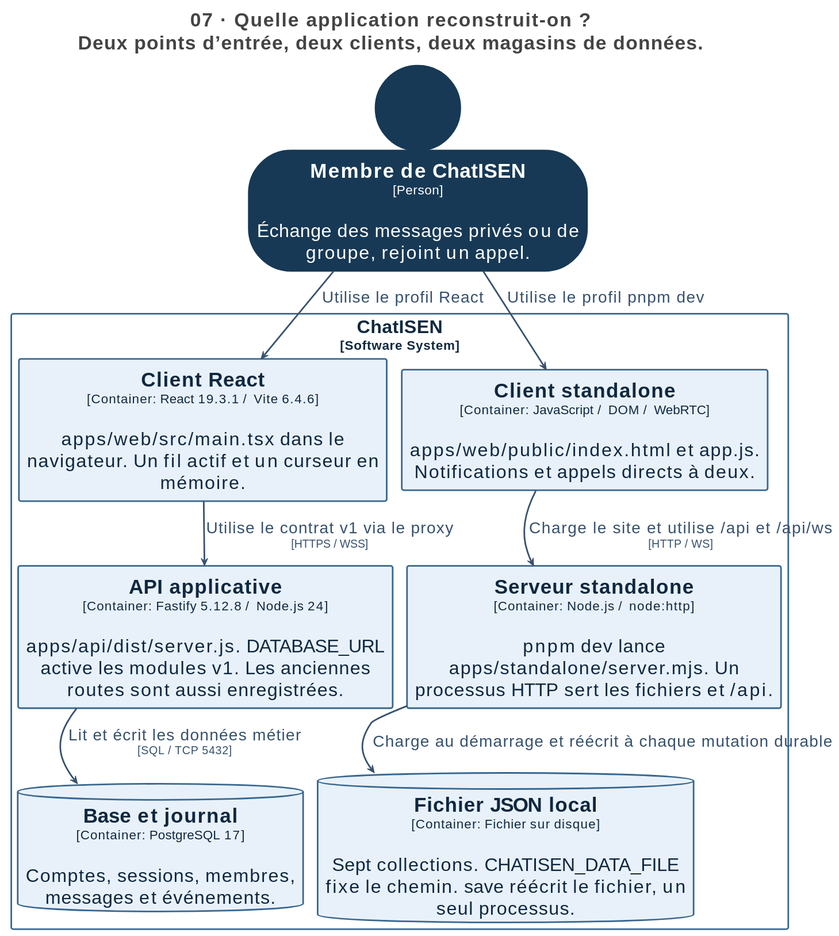
Above: docs/architecture/svg/07-profils.svg in Zayonx-0/ChatISEN (PlantUML), before the change.
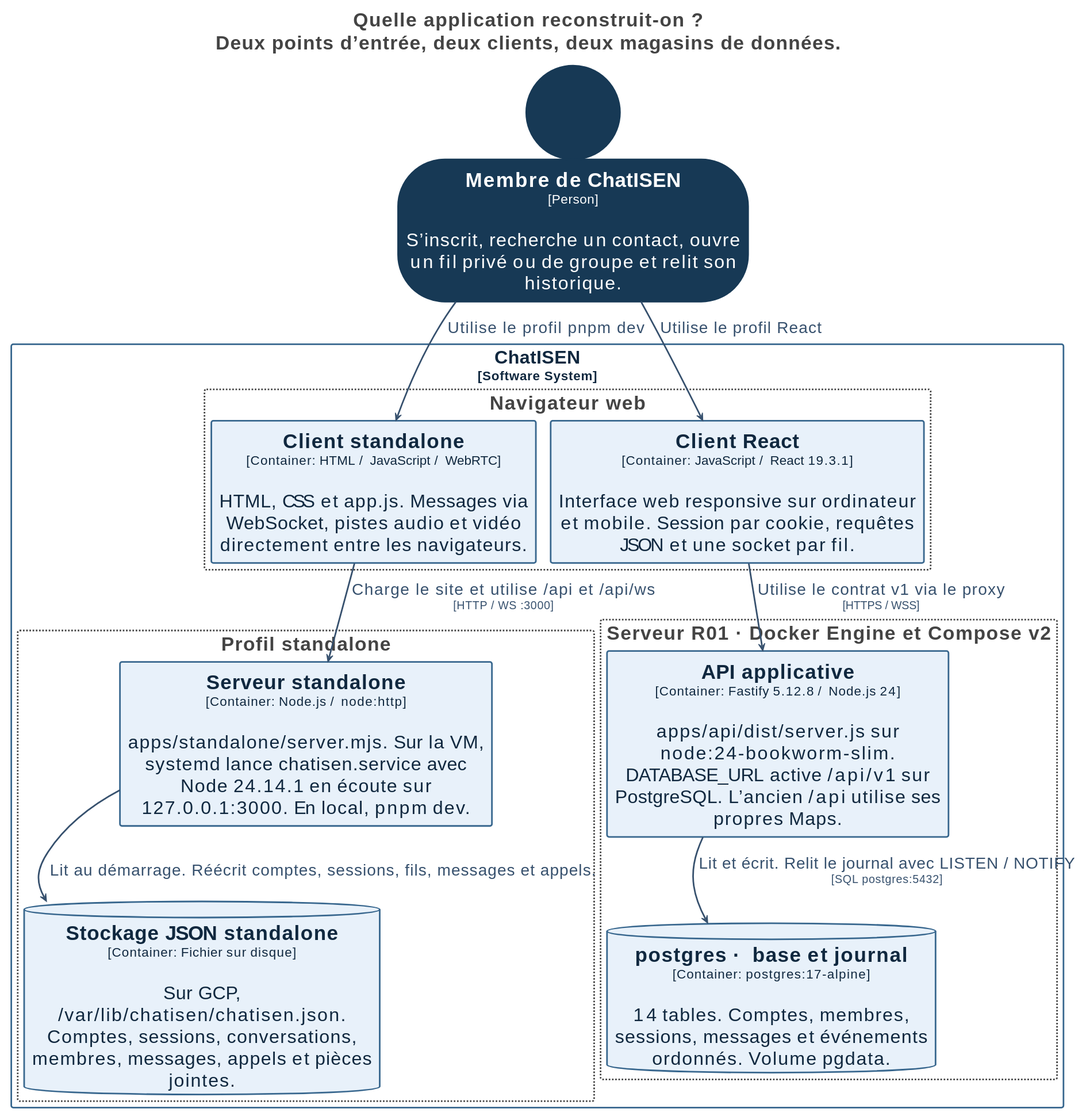
The same diagram one commit later.

What changed in the source:
```diff
@@ -1,7 +1,7 @@
 @startuml
 !pragma layout smetana
 skinparam backgroundColor white
-title <size:24>07 · Quelle application reconstruit-on ?</size>\n<size:24>Deux points d’entrée, deux clients, deux magasins de données.</size>
+title <size:24>Quelle application reconstruit-on ?</size>\n<size:24>Deux points d’entrée, deux clients, deux magasins de données.</size>
 
 set separator none
 top to bottom direction
@@ -69,23 +69,65 @@
     HorizontalAlignment: center;
     Shadowing: 0;
   }
+  // Navigateur web
+  .Group-TmF2aWdhdGV1ciB3ZWI= {
+    BackgroundColor: #ffffff;
+    LineColor: #444444;
+    LineStyle: 2-2;
+    LineThickness: 2;
+    FontColor: #444444;
+    FontSize: 24;
+    HorizontalAlignment: center;
+    Shadowing: 0;
+  }
+  // Profil standalone
+  .Group-UHJvZmlsIHN0YW5kYWxvbmU= {
+    BackgroundColor: #ffffff;
+    LineColor: #444444;
+    LineStyle: 2-2;
+    LineThickness: 2;
+    FontColor: #444444;
+    FontSize: 24;
+    HorizontalAlignment: center;
+    Shadowing: 0;
+  }
+  // Serveur R01 · Docker Engine et Compose v2
+  .Group-U2VydmV1ciBSMDEgwrcgRG9ja2VyIEVuZ2luZSBldCBDb21wb3NlIHYy {
+    BackgroundColor: #ffffff;
+    LineColor: #444444;
+    LineStyle: 2-2;
+    LineThickness: 2;
+    FontColor: #444444;
+    FontSize: 24;
+    HorizontalAlignment: center;
+    Shadowing: 0;
+  }
 </style>
 
-person "==Membre de ChatISEN\n<size:16>[Person]</size>\n\nÉchange des messages privés ou de groupe, rejoint un appel." <<Element-RWxlbWVudCxQZXJzb24=>> as MembredeChatISEN
+person "==Membre de ChatISEN\n<size:16>[Person]</size>\n\nS’inscrit, recherche un contact, ouvre un fil privé ou de groupe et relit son historique." <<Element-RWxlbWVudCxQZXJzb24=>> as MembredeChatISEN
 
 rectangle "ChatISEN\n<size:16>[Software System]</size>" <<Boundary-Q2hhdElTRU4=>> {
-  rectangle "==Client React\n<size:16>[Container: React 19.3.1 / Vite 6.4.6]</size>\n\napps/web/src/main.tsx dans le navigateur. Un fil actif et un curseur en mémoire." <<Element-RWxlbWVudA==>> as ChatISEN.ClientReact
-  rectangle "==API applicative\n<size:16>[Container: Fastify 5.12.8 / Node.js 24]</size>\n\napps/api/dist/server.js. DATABASE_URL active les modules v1. Les anciennes routes sont aussi enregistrées." <<Element-RWxlbWVudA==>> as ChatISEN.APIapplicative
-  database "==Base et journal\n<size:16>[Container: PostgreSQL 17]</size>\n\nComptes, sessions, membres, messages et événements." <<Element-RWxlbWVudCxEYXRhYmFzZQ==>> as ChatISEN.Baseetjournal
-  rectangle "==Client standalone\n<size:16>[Container: JavaScript / DOM / WebRTC]</size>\n\napps/web/public/index.html et app.js. Notifications et appels directs à deux." <<Element-RWxlbWVudA==>> as ChatISEN.Clientstandalone
-  rectangle "==Serveur standalone\n<size:16>[Container: Node.js / node:http]</size>\n\npnpm dev lance apps/standalone/server.mjs. Un processus HTTP sert les fichiers et /api." <<Element-RWxlbWVudA==>> as ChatISEN.Serveurstandalone
-  database "==Fichier JSON local\n<size:16>[Container: Fichier sur disque]</size>\n\nSept collections. CHATISEN_DATA_FILE fixe le chemin. save réécrit le fichier, un seul processus." <<Element-RWxlbWVudCxEYXRhYmFzZQ==>> as ChatISEN.FichierJSONlocal
+  rectangle "Navigateur web" <<Group-TmF2aWdhdGV1ciB3ZWI=>> as groupTmF2aWdhdGV1ciB3ZWI= {
+    rectangle "==Client standalone\n<size:16>[Container: HTML / JavaScript / WebRTC]</size>\n\nHTML, CSS et app.js. Messages via WebSocket, pistes audio et vidéo directement entre les navigateurs." <<Element-RWxlbWVudA==>> as ChatISEN.Clientstandalone
+    rectangle "==Client React\n<size:16>[Container: JavaScript / React 19.3.1]</size>\n\nInterface web responsive sur ordinateur et mobile. Session par cookie, requêtes JSON et une socket par fil." <<Element-RWxlbWVudA==>> as ChatISEN.ClientReact
+  }
+
+  rectangle "Profil standalone" <<Group-UHJvZmlsIHN0YW5kYWxvbmU=>> as groupUHJvZmlsIHN0YW5kYWxvbmU= {
+    rectangle "==Serveur standalone\n<size:16>[Container: Node.js / node:http]</size>\n\napps/standalone/server.mjs. Sur la VM, systemd lance chatisen.service avec Node 24.14.1 en écoute sur 127.0.0.1:3000. En local, pnpm dev." <<Element-RWxlbWVudA==>> as ChatISEN.Serveurstandalone
+    database "==Stockage JSON standalone\n<size:16>[Container: Fichier sur disque]</size>\n\nSur GCP, /var/lib/chatisen/chatisen.json. Comptes, sessions, conversations, membres, messages, appels et pièces jointes." <<Element-RWxlbWVudCxEYXRhYmFzZQ==>> as ChatISEN.StockageJSONstandalone
+  }
+
+  rectangle "Serveur R01 · Docker Engine et Compose v2" <<Group-U2VydmV1ciBSMDEgwrcgRG9ja2VyIEVuZ2luZSBldCBDb21wb3NlIHYy>> as groupU2VydmV1ciBSMDEgwrcgRG9ja2VyIEVuZ2luZSBldCBDb21wb3NlIHYy {
+    rectangle "==API applicative\n<size:16>[Container: Fastify 5.12.8 / Node.js 24]</size>\n\napps/api/dist/server.js sur node:24-bookworm-slim. DATABASE_URL active /api/v1 sur PostgreSQL. L’ancien /api utilise ses propres Maps." <<Element-RWxlbWVudA==>> as ChatISEN.APIapplicative
+    database "==postgres · base et journal\n<size:16>[Container: postgres:17-alpine]</size>\n\n14 tables. Comptes, membres, sessions, messages et événements ordonnés. Volume pgdata." <<Element-RWxlbWVudCxEYXRhYmFzZQ==>> as ChatISEN.postgresbaseetjournal
+  }
+
 }
 
+ChatISEN.Clientstandalone --> ChatISEN.Serveurstandalone <<Relationship-UmVsYXRpb25zaGlw>> : "Charge le site et utilise /api et /api/ws\n<size:14>[HTTP / WS :3000]</size>"
+ChatISEN.Serveurstandalone --> ChatISEN.StockageJSONstandalone <<Relationship-UmVsYXRpb25zaGlw>> : "Lit au démarrage. Réécrit comptes, sessions, fils, messages et appels."
 ChatISEN.ClientReact --> ChatISEN.APIapplicative <<Relationship-UmVsYXRpb25zaGlw>> : "Utilise le contrat v1 via le proxy\n<size:14>[HTTPS / WSS]</size>"
-ChatISEN.APIapplicative --> ChatISEN.Baseetjournal <<Relationship-UmVsYXRpb25zaGlw>> : "Lit et écrit les données métier\n<size:14>[SQL / TCP 5432]</size>"
+ChatISEN.APIapplicative --> ChatISEN.postgresbaseetjournal <<Relationship-UmVsYXRpb25zaGlw>> : "Lit et écrit. Relit le journal avec LISTEN / NOTIFY\n<size:14>[SQL postgres:5432]</size>"
 MembredeChatISEN --> ChatISEN.Clientstandalone <<Relationship-UmVsYXRpb25zaGlw>> : "Utilise le profil pnpm dev"
 MembredeChatISEN --> ChatISEN.ClientReact <<Relationship-UmVsYXRpb25zaGlw>> : "Utilise le profil React"
-ChatISEN.Clientstandalone --> ChatISEN.Serveurstandalone <<Relationship-UmVsYXRpb25zaGlw>> : "Charge le site et utilise /api et /api/ws\n<size:14>[HTTP / WS]</size>"
-ChatISEN.Serveurstandalone --> ChatISEN.FichierJSONlocal <<Relationship-UmVsYXRpb25zaGlw>> : "Charge au démarrage et réécrit à chaque mutation durable"
 @enduml
```
